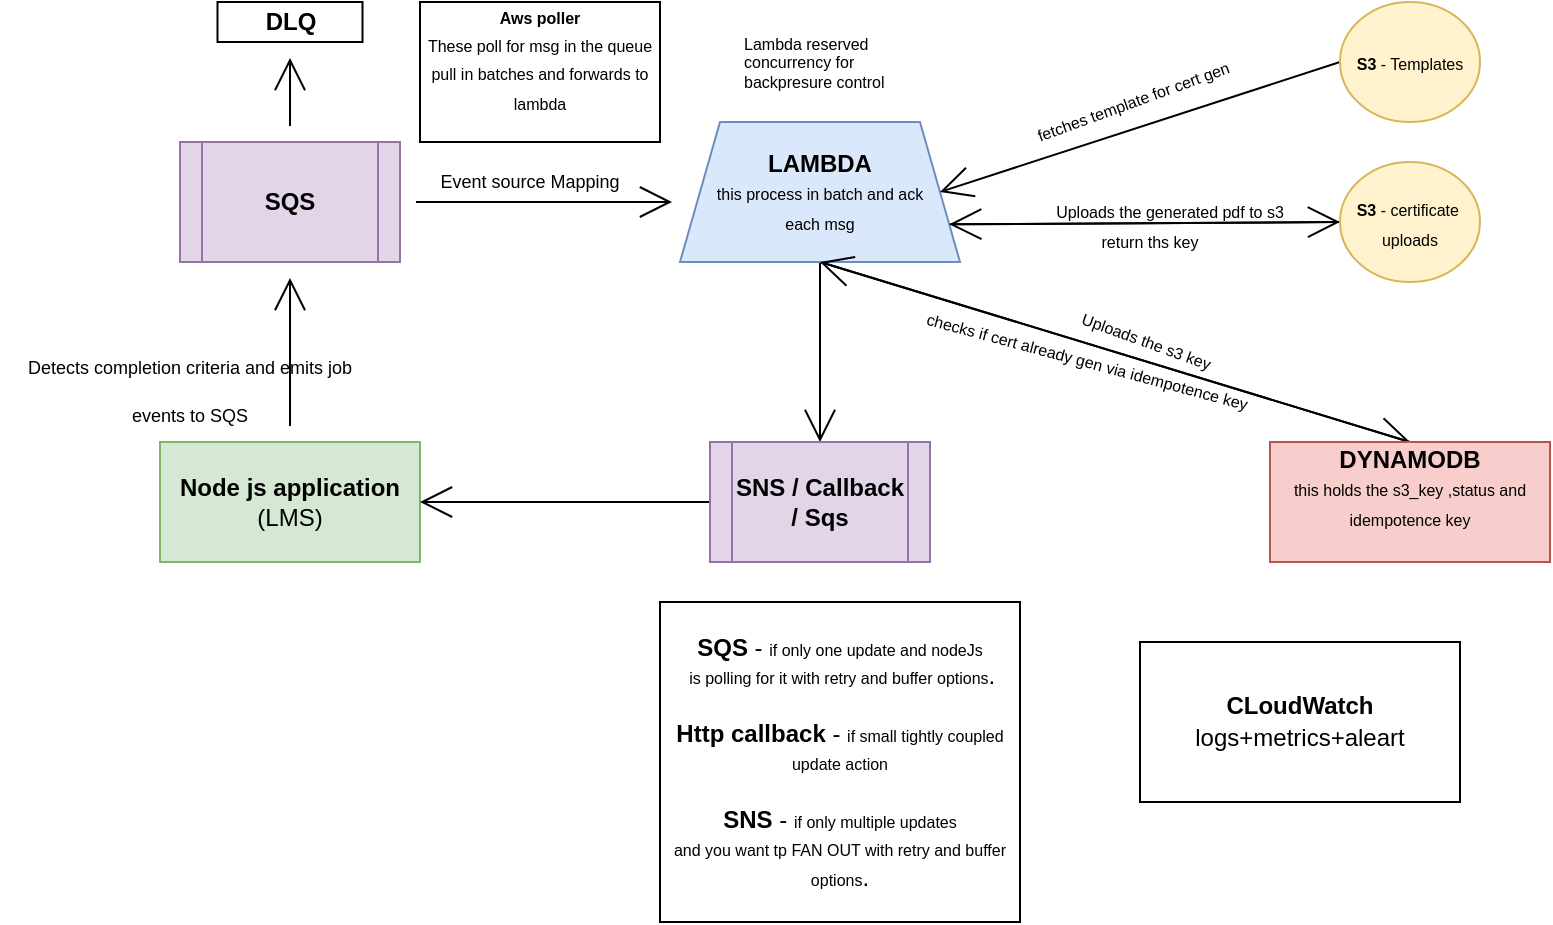
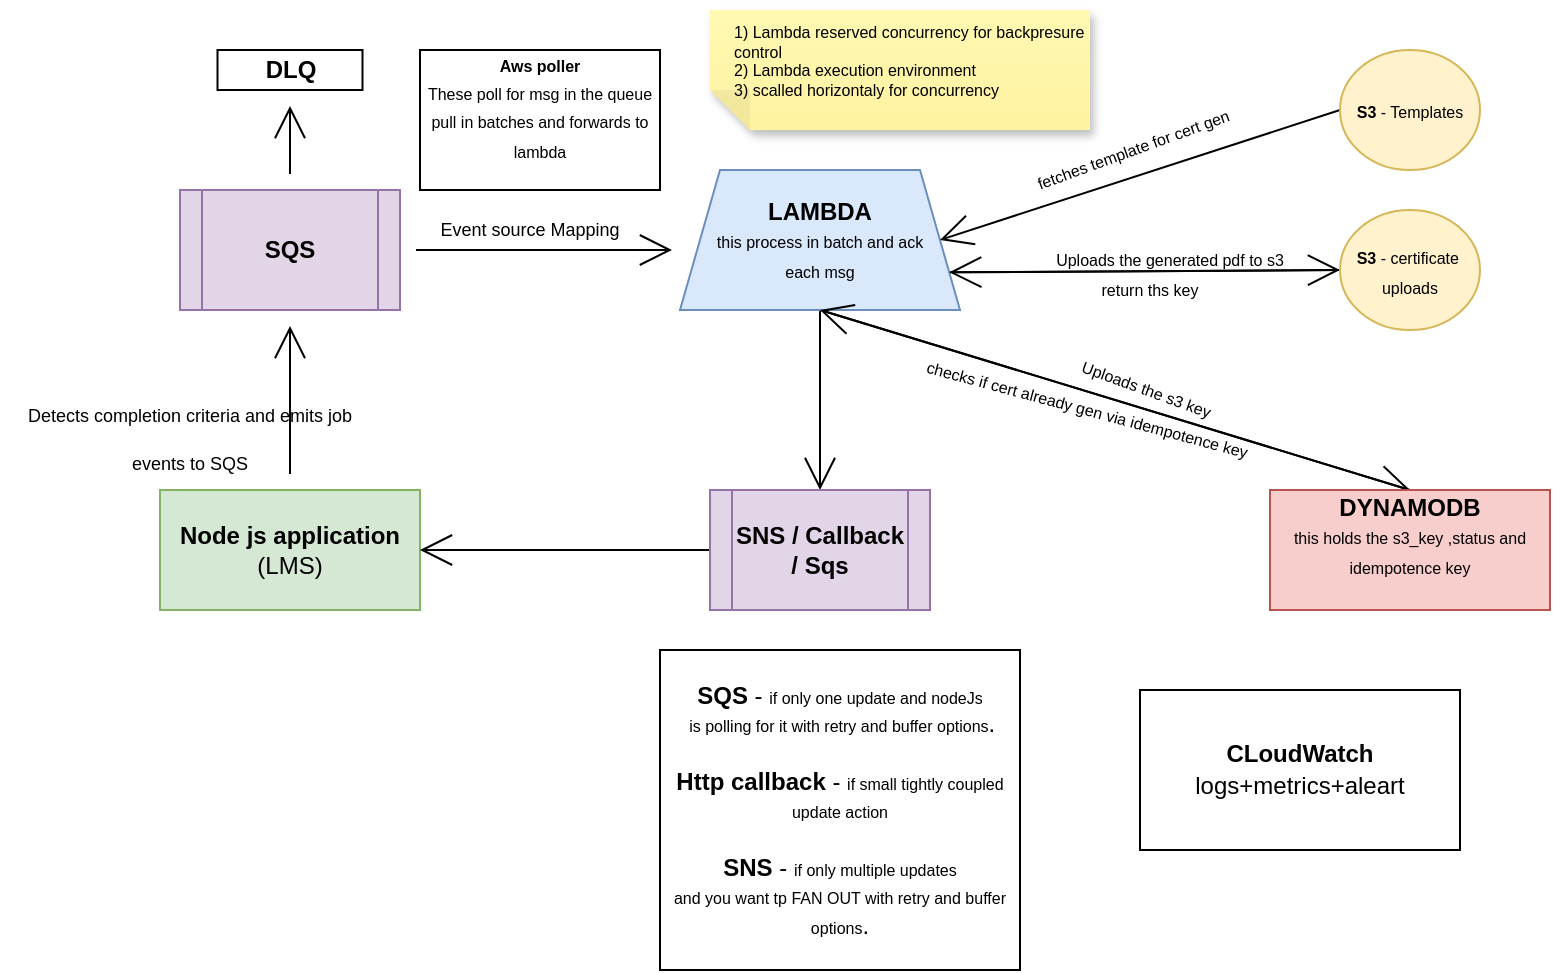
<mxfile host="app.diagrams.net">
  <diagram name="Page-1" id="F6IZr67Q-73VVXjbw4A1">
    <mxGraphModel dx="1372" dy="629" grid="1" gridSize="10" guides="1" tooltips="1" connect="1" arrows="1" fold="1" page="1" pageScale="1" pageWidth="850" pageHeight="1100" math="0" shadow="0">
      <root>
        <mxCell id="0" />
        <mxCell id="1" parent="0" />
+         <mxCell id="cQQGWbXrMNJ4xKem90he-3" parent="1" style="shape=note;whiteSpace=wrap;html=1;backgroundOutline=1;fontColor=#000000;darkOpacity=0.05;fillColor=#FFF9B2;strokeColor=none;fillStyle=solid;direction=west;gradientDirection=north;gradientColor=#FFF2A1;shadow=1;size=20;autosizeText=1;fontFamily=Architects Daughter;fontSource=https%3A%2F%2Ffonts.googleapis.com%2Fcss%3Ffamily%3DArchitects%2BDaughter;" value="" vertex="1">
+           <mxGeometry height="60" width="190" x="375" y="10" as="geometry" />
+         </mxCell>
        <mxCell id="TBFKdWsUAUS7bOd73bcL-4" edge="1" parent="1" source="TBFKdWsUAUS7bOd73bcL-1" style="edgeStyle=none;curved=1;rounded=0;orthogonalLoop=1;jettySize=auto;html=1;fontFamily=Helvetica;fontSize=16;startSize=14;endArrow=open;endSize=14;sourcePerimeterSpacing=8;targetPerimeterSpacing=8;" target="TBFKdWsUAUS7bOd73bcL-3" value="">
          <mxGeometry relative="1" as="geometry" />
        </mxCell>
        <mxCell id="TBFKdWsUAUS7bOd73bcL-1" parent="1" style="rounded=0;whiteSpace=wrap;html=1;fontFamily=Helvetica;fillColor=#d5e8d4;strokeColor=#82b366;" value="&lt;b&gt;Node js application&lt;/b&gt;&lt;br&gt;(LMS)" vertex="1">
          <mxGeometry height="60" width="130" x="100" y="250" as="geometry" />
        </mxCell>
        <mxCell id="TBFKdWsUAUS7bOd73bcL-8" edge="1" parent="1" source="TBFKdWsUAUS7bOd73bcL-3" style="edgeStyle=none;curved=1;rounded=0;orthogonalLoop=1;jettySize=auto;html=1;fontFamily=Helvetica;fontSize=16;startSize=14;endArrow=open;endSize=14;sourcePerimeterSpacing=8;targetPerimeterSpacing=8;" value="">
          <mxGeometry relative="1" as="geometry">
            <mxPoint x="356" y="130" as="targetPoint" />
          </mxGeometry>
        </mxCell>
        <mxCell id="TBFKdWsUAUS7bOd73bcL-10" edge="1" parent="1" source="TBFKdWsUAUS7bOd73bcL-3" style="edgeStyle=none;curved=1;rounded=0;orthogonalLoop=1;jettySize=auto;html=1;fontFamily=Helvetica;fontSize=16;startSize=14;endArrow=open;endSize=14;sourcePerimeterSpacing=8;targetPerimeterSpacing=8;" target="TBFKdWsUAUS7bOd73bcL-9" value="">
          <mxGeometry relative="1" as="geometry" />
        </mxCell>
        <mxCell id="TBFKdWsUAUS7bOd73bcL-3" parent="1" style="shape=process;whiteSpace=wrap;html=1;backgroundOutline=1;fontFamily=Helvetica;rounded=0;fillColor=#e1d5e7;strokeColor=#9673a6;" value="&lt;b&gt;SQS&lt;/b&gt;" vertex="1">
          <mxGeometry height="60" width="110" x="110" y="100" as="geometry" />
        </mxCell>
        <mxCell id="TBFKdWsUAUS7bOd73bcL-5" parent="1" style="text;html=1;whiteSpace=wrap;strokeColor=none;fillColor=none;align=center;verticalAlign=middle;rounded=0;fontSize=20;fontFamily=Helvetica;" value="&lt;font style=&quot;font-size: 9px;&quot;&gt;Detects completion criteria and emits job events to SQS&lt;/font&gt;" vertex="1">
          <mxGeometry height="40" width="190" x="20" y="200" as="geometry" />
        </mxCell>
        <mxCell id="TBFKdWsUAUS7bOd73bcL-9" parent="1" style="whiteSpace=wrap;html=1;fontFamily=Helvetica;rounded=0;" value="&lt;b&gt;DLQ&lt;/b&gt;" vertex="1">
          <mxGeometry height="20" width="72.5" x="128.75" y="30" as="geometry" />
        </mxCell>
        <mxCell id="TBFKdWsUAUS7bOd73bcL-11" parent="1" style="text;html=1;whiteSpace=wrap;strokeColor=none;fillColor=none;align=center;verticalAlign=middle;rounded=0;fontSize=20;fontFamily=Helvetica;" value="&lt;font style=&quot;font-size: 9px;&quot;&gt;Event source Mapping&lt;/font&gt;" vertex="1">
          <mxGeometry height="30" width="130" x="220" y="100" as="geometry" />
        </mxCell>
        <mxCell id="TBFKdWsUAUS7bOd73bcL-26" edge="1" parent="1" source="TBFKdWsUAUS7bOd73bcL-12" style="edgeStyle=none;curved=1;rounded=0;orthogonalLoop=1;jettySize=auto;html=1;exitX=0.5;exitY=1;exitDx=0;exitDy=0;entryX=0.5;entryY=0;entryDx=0;entryDy=0;fontFamily=Helvetica;fontSize=16;startSize=14;endArrow=open;endSize=14;sourcePerimeterSpacing=8;targetPerimeterSpacing=8;" target="TBFKdWsUAUS7bOd73bcL-25">
          <mxGeometry relative="1" as="geometry" />
        </mxCell>
        <mxCell id="TBFKdWsUAUS7bOd73bcL-32" edge="1" parent="1" source="TBFKdWsUAUS7bOd73bcL-12" style="edgeStyle=none;curved=1;rounded=0;orthogonalLoop=1;jettySize=auto;html=1;exitX=1;exitY=0.75;exitDx=0;exitDy=0;entryX=0;entryY=0.5;entryDx=0;entryDy=0;fontFamily=Helvetica;fontSize=16;startSize=14;endArrow=open;endSize=14;sourcePerimeterSpacing=8;targetPerimeterSpacing=8;" target="TBFKdWsUAUS7bOd73bcL-15">
          <mxGeometry relative="1" as="geometry" />
        </mxCell>
        <mxCell id="TBFKdWsUAUS7bOd73bcL-39" edge="1" parent="1" source="TBFKdWsUAUS7bOd73bcL-12" style="edgeStyle=none;curved=1;rounded=0;orthogonalLoop=1;jettySize=auto;html=1;exitX=0.5;exitY=1;exitDx=0;exitDy=0;entryX=0.5;entryY=0;entryDx=0;entryDy=0;fontFamily=Helvetica;fontSize=16;startSize=14;endArrow=open;endSize=14;sourcePerimeterSpacing=8;targetPerimeterSpacing=8;" target="TBFKdWsUAUS7bOd73bcL-38">
          <mxGeometry relative="1" as="geometry" />
        </mxCell>
        <mxCell id="TBFKdWsUAUS7bOd73bcL-12" parent="1" style="shape=trapezoid;perimeter=trapezoidPerimeter;whiteSpace=wrap;html=1;fixedSize=1;fontFamily=Helvetica;fillColor=#dae8fc;strokeColor=#6c8ebf;" value="&lt;b&gt;LAMBDA&lt;/b&gt;&lt;div&gt;&lt;font style=&quot;font-size: 8px;&quot;&gt;this process in batch and ack &lt;br&gt;each msg&lt;/font&gt;&lt;/div&gt;" vertex="1">
          <mxGeometry height="70" width="140" x="360" y="90" as="geometry" />
        </mxCell>
        <mxCell id="TBFKdWsUAUS7bOd73bcL-13" parent="1" style="rounded=0;whiteSpace=wrap;html=1;fontFamily=Helvetica;" value="&lt;font style=&quot;font-size: 8px;&quot;&gt;&lt;b&gt;Aws poller&lt;/b&gt;&lt;br&gt;These poll for msg in the queue pull in batches and forwards to lambda&lt;br&gt;&lt;/font&gt;&lt;div&gt;&lt;br&gt;&lt;/div&gt;" vertex="1">
          <mxGeometry height="70" width="120" x="230" y="30" as="geometry" />
        </mxCell>
        <mxCell id="TBFKdWsUAUS7bOd73bcL-16" edge="1" parent="1" source="TBFKdWsUAUS7bOd73bcL-14" style="edgeStyle=none;curved=1;rounded=0;orthogonalLoop=1;jettySize=auto;html=1;exitX=0;exitY=0.5;exitDx=0;exitDy=0;entryX=1;entryY=0.5;entryDx=0;entryDy=0;fontFamily=Helvetica;fontSize=16;startSize=14;endArrow=open;endSize=14;sourcePerimeterSpacing=8;targetPerimeterSpacing=8;" target="TBFKdWsUAUS7bOd73bcL-12">
          <mxGeometry relative="1" as="geometry" />
        </mxCell>
        <mxCell id="TBFKdWsUAUS7bOd73bcL-14" parent="1" style="ellipse;whiteSpace=wrap;html=1;fontFamily=Helvetica;rotation=0;fillColor=#fff2cc;strokeColor=#d6b656;" value="&lt;font style=&quot;font-size: 8px;&quot;&gt;&lt;b&gt;S3 &lt;/b&gt;- Templates&lt;/font&gt;" vertex="1">
          <mxGeometry height="60" width="70" x="690" y="30" as="geometry" />
        </mxCell>
        <mxCell id="TBFKdWsUAUS7bOd73bcL-33" edge="1" parent="1" source="TBFKdWsUAUS7bOd73bcL-15" style="edgeStyle=none;curved=1;rounded=0;orthogonalLoop=1;jettySize=auto;html=1;exitX=0;exitY=0.5;exitDx=0;exitDy=0;entryX=1;entryY=0.75;entryDx=0;entryDy=0;fontFamily=Helvetica;fontSize=16;startSize=14;endArrow=open;endSize=14;sourcePerimeterSpacing=8;targetPerimeterSpacing=8;" target="TBFKdWsUAUS7bOd73bcL-12">
          <mxGeometry relative="1" as="geometry" />
        </mxCell>
        <mxCell id="TBFKdWsUAUS7bOd73bcL-15" parent="1" style="ellipse;whiteSpace=wrap;html=1;fontFamily=Helvetica;rotation=0;fillColor=#fff2cc;strokeColor=#d6b656;" value="&lt;font style=&quot;font-size: 8px;&quot;&gt;&lt;b&gt;S3 &lt;/b&gt;- certificate&amp;nbsp;&lt;br&gt;uploads&lt;/font&gt;" vertex="1">
          <mxGeometry height="60" width="70" x="690" y="110" as="geometry" />
        </mxCell>
        <mxCell id="TBFKdWsUAUS7bOd73bcL-18" parent="1" style="text;html=1;whiteSpace=wrap;strokeColor=none;fillColor=none;align=center;verticalAlign=middle;rounded=0;fontSize=20;fontFamily=Helvetica;rotation=0;" value="&lt;font style=&quot;font-size: 8px;&quot;&gt;Uploads the generated pdf to s3&lt;/font&gt;" vertex="1">
          <mxGeometry height="30" width="130" x="540" y="115" as="geometry" />
        </mxCell>
        <mxCell id="TBFKdWsUAUS7bOd73bcL-22" parent="1" style="text;html=1;whiteSpace=wrap;strokeColor=none;fillColor=none;align=center;verticalAlign=middle;rounded=0;fontSize=20;fontFamily=Helvetica;rotation=-20;" value="&lt;font style=&quot;font-size: 8px;&quot;&gt;fetches template for cert gen&lt;/font&gt;" vertex="1">
          <mxGeometry height="30" width="130" x="520.000322500969" y="59.99669862795709" as="geometry" />
        </mxCell>
-         <mxCell id="TBFKdWsUAUS7bOd73bcL-24" parent="1" style="text;whiteSpace=wrap;fontFamily=Helvetica;fontSize=8;" value="&#xa;Lambda reserved concurrency for backpresure control&#xa;&#xa;" vertex="1">
-           <mxGeometry height="45" width="80" x="390" y="30" as="geometry" />
+         <mxCell id="TBFKdWsUAUS7bOd73bcL-24" parent="1" style="text;whiteSpace=wrap;fontFamily=Helvetica;fontSize=8;" value="1) Lambda reserved concurrency for backpresure control&#xa;2) Lambda execution environment&#xa;3) scalled horizontaly for concurrency&#xa;" vertex="1">
+           <mxGeometry height="60" width="180" x="385" y="10" as="geometry" />
        </mxCell>
        <mxCell id="TBFKdWsUAUS7bOd73bcL-27" edge="1" parent="1" source="TBFKdWsUAUS7bOd73bcL-25" style="edgeStyle=none;curved=1;rounded=0;orthogonalLoop=1;jettySize=auto;html=1;exitX=0.5;exitY=0;exitDx=0;exitDy=0;entryX=0.5;entryY=1;entryDx=0;entryDy=0;fontFamily=Helvetica;fontSize=16;startSize=14;endArrow=open;endSize=14;sourcePerimeterSpacing=8;targetPerimeterSpacing=8;" target="TBFKdWsUAUS7bOd73bcL-12">
          <mxGeometry relative="1" as="geometry" />
        </mxCell>
        <mxCell id="TBFKdWsUAUS7bOd73bcL-25" parent="1" style="rounded=0;whiteSpace=wrap;html=1;fontFamily=Helvetica;fillColor=#f8cecc;strokeColor=#b85450;" value="&lt;b&gt;DYNAMODB&lt;/b&gt;&lt;div&gt;&lt;font style=&quot;font-size: 8px;&quot;&gt;this holds the s3_key ,status and idempotence key&lt;/font&gt;&lt;br&gt;&lt;div&gt;&lt;br&gt;&lt;/div&gt;&lt;/div&gt;" vertex="1">
          <mxGeometry height="60" width="140" x="655" y="250" as="geometry" />
        </mxCell>
        <mxCell id="TBFKdWsUAUS7bOd73bcL-20" parent="1" style="text;html=1;whiteSpace=wrap;strokeColor=none;fillColor=none;align=center;verticalAlign=middle;rounded=0;fontSize=20;fontFamily=Helvetica;rotation=0;" value="&lt;font style=&quot;font-size: 8px;&quot;&gt;return ths key&lt;/font&gt;" vertex="1">
          <mxGeometry height="30" width="130" x="530.000322500969" y="129.99669862795707" as="geometry" />
        </mxCell>
        <mxCell id="TBFKdWsUAUS7bOd73bcL-34" parent="1" style="text;html=1;whiteSpace=wrap;strokeColor=none;fillColor=none;align=center;verticalAlign=middle;rounded=0;fontSize=20;fontFamily=Helvetica;rotation=20;" value="&lt;span style=&quot;font-size: 8px;&quot;&gt;Uploads the s3 key&lt;/span&gt;" vertex="1">
          <mxGeometry height="30" width="130" x="530.000322500969" y="179.99669862795704" as="geometry" />
        </mxCell>
        <mxCell id="TBFKdWsUAUS7bOd73bcL-35" parent="1" style="text;html=1;whiteSpace=wrap;strokeColor=none;fillColor=none;align=center;verticalAlign=middle;rounded=0;fontSize=20;fontFamily=Helvetica;rotation=15;" value="&lt;font style=&quot;font-size: 8px;&quot;&gt;checks if cert already gen via idempotence key&lt;/font&gt;" vertex="1">
          <mxGeometry height="30" width="190" x="470" y="190" as="geometry" />
        </mxCell>
        <mxCell id="TBFKdWsUAUS7bOd73bcL-40" edge="1" parent="1" source="TBFKdWsUAUS7bOd73bcL-38" style="edgeStyle=none;curved=1;rounded=0;orthogonalLoop=1;jettySize=auto;html=1;exitX=0;exitY=0.5;exitDx=0;exitDy=0;entryX=1;entryY=0.5;entryDx=0;entryDy=0;fontFamily=Helvetica;fontSize=16;startSize=14;endArrow=open;endSize=14;sourcePerimeterSpacing=8;targetPerimeterSpacing=8;" target="TBFKdWsUAUS7bOd73bcL-1">
          <mxGeometry relative="1" as="geometry" />
        </mxCell>
        <mxCell id="TBFKdWsUAUS7bOd73bcL-38" parent="1" style="shape=process;whiteSpace=wrap;html=1;backgroundOutline=1;fontFamily=Helvetica;rounded=0;fillColor=#e1d5e7;strokeColor=#9673a6;" value="&lt;b&gt;SNS / Callback / Sqs&lt;/b&gt;" vertex="1">
          <mxGeometry height="60" width="110" x="375" y="250" as="geometry" />
        </mxCell>
        <mxCell id="TBFKdWsUAUS7bOd73bcL-46" parent="1" style="rounded=0;whiteSpace=wrap;html=1;fontFamily=Helvetica;" value="&lt;b&gt;SQS&lt;/b&gt; - &lt;font style=&quot;font-size: 8px;&quot;&gt;if only one update and nodeJs&lt;br&gt;&amp;nbsp;is polling for it with retry and buffer options&lt;/font&gt;.&lt;br&gt;&lt;br&gt;&lt;b&gt;Http callback&lt;/b&gt; - &lt;font style=&quot;font-size: 8px;&quot;&gt;if small tightly coupled update action&lt;br&gt;&lt;/font&gt;&lt;br&gt;&lt;div&gt;&lt;b&gt;SNS&lt;/b&gt;&amp;nbsp;-&amp;nbsp;&lt;font style=&quot;font-size: 8px;&quot;&gt;if only multiple updates &lt;br&gt;and you want tp FAN OUT with retry and buffer options&lt;/font&gt;.&lt;/div&gt;" vertex="1">
          <mxGeometry height="160" width="180" x="350" y="330" as="geometry" />
        </mxCell>
        <mxCell id="cQQGWbXrMNJ4xKem90he-2" parent="1" style="rounded=0;whiteSpace=wrap;html=1;fontFamily=Architects Daughter;fontSource=https%3A%2F%2Ffonts.googleapis.com%2Fcss%3Ffamily%3DArchitects%2BDaughter;" value="&lt;font face=&quot;Helvetica&quot;&gt;&lt;b&gt;CLoudWatch&lt;/b&gt;&lt;br&gt;logs+metrics+aleart&lt;/font&gt;" vertex="1">
          <mxGeometry height="80" width="160" x="590" y="350" as="geometry" />
        </mxCell>
      </root>
    </mxGraphModel>
  </diagram>
</mxfile>
